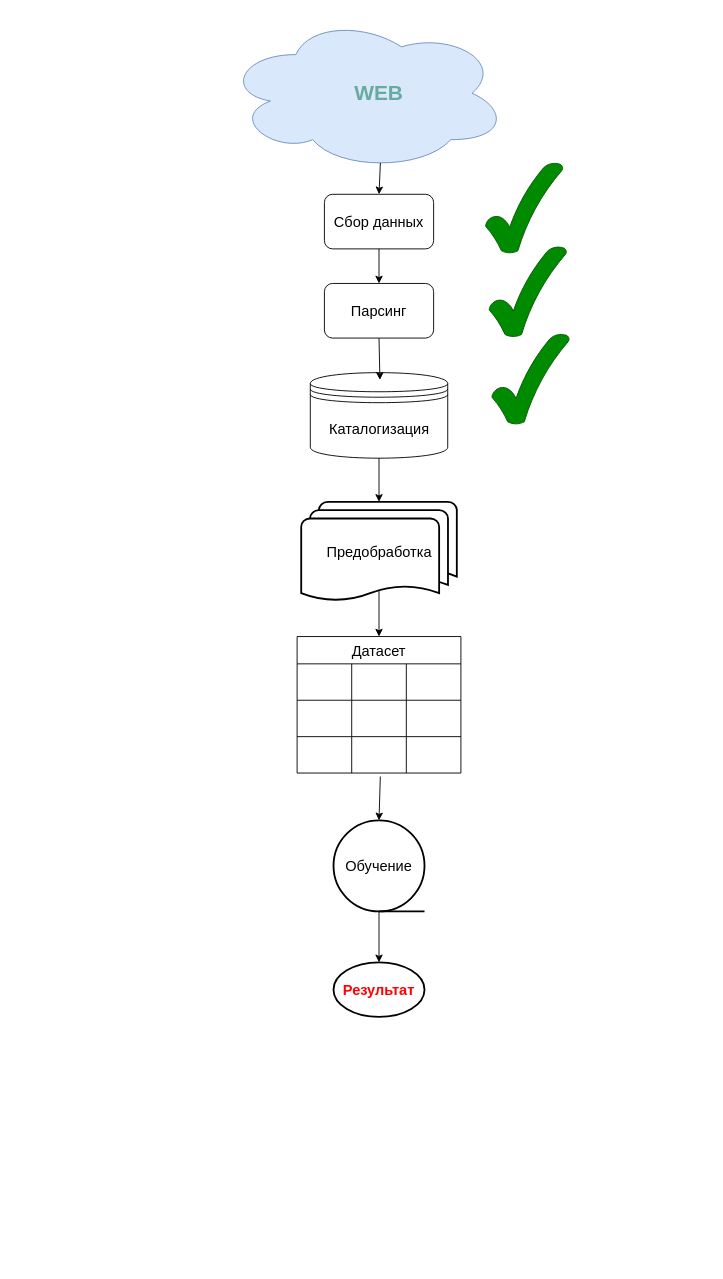
Above: page "התויית דרך" (1 of 5) of assets/draw.io/תקשורת-שרת-משתמש.drawio in hypo69/hypo (draw.io), before the change. Source tidied: cells renumbered, new cells numbered last; positions are measured from the earlier drawing's top-left corner, leaving out a move shared by most shapes. Both pictures are drawn from the tidied source at 91%, with x=0, y=0 at pixel (225, 15).
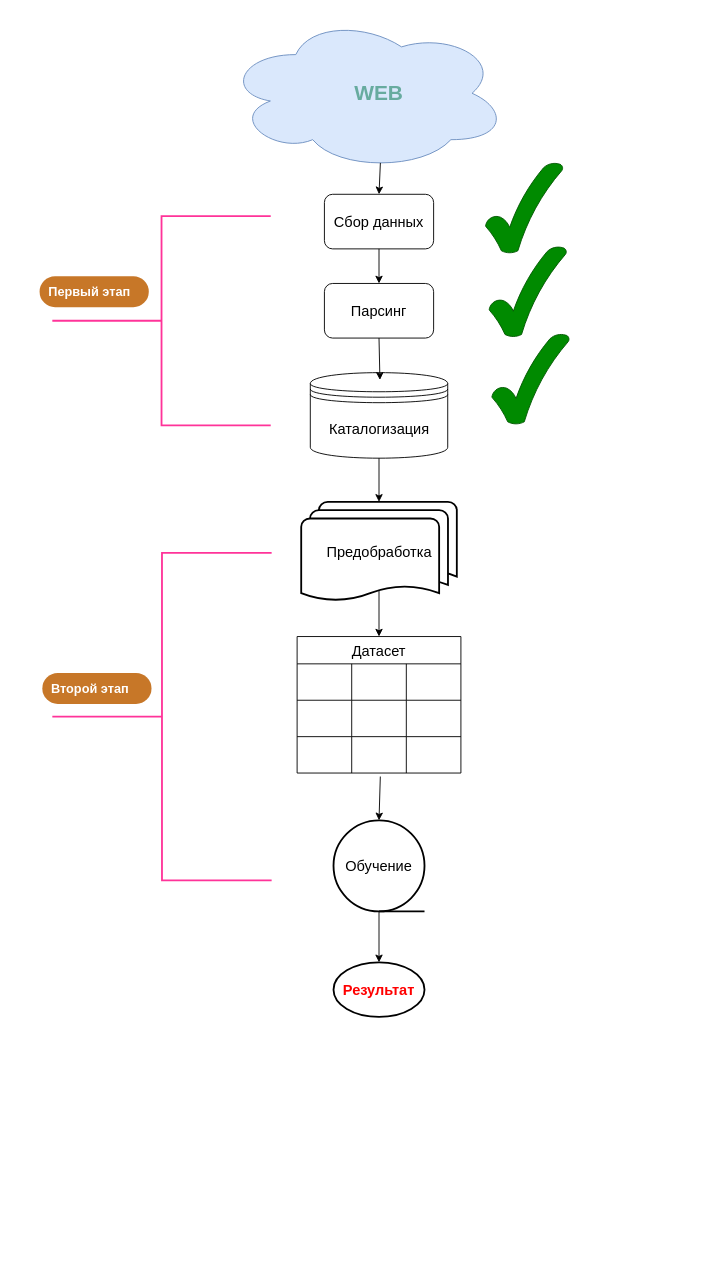
The same diagram, later.

The edit, as a diff of the source:
```diff
@@
+    <mxCell id="33" style="strokeWidth=2;html=1;shape=mxgraph.flowchart.annotation_2;align=left;labelPosition=right;fillColor=#f8cecc;strokeColor=#FF3399;" parent="1" vertex="1">
+      <mxGeometry x="-190" y="220" width="240" height="230" as="geometry" />
+    </mxCell>
@@
+    <mxCell id="34" style="strokeWidth=2;html=1;shape=mxgraph.flowchart.annotation_2;align=left;labelPosition=right;fillColor=#f8cecc;strokeColor=#FF3399;" parent="1" vertex="1">
+      <mxGeometry x="-190" y="590" width="241" height="360" as="geometry" />
+    </mxCell>
@@
+    <mxCell id="35" value="Первый этап" style="rounded=1;whiteSpace=wrap;html=1;arcSize=50;strokeColor=none;strokeWidth=1;fillColor=#C77728;fontColor=#FFFFFF;whiteSpace=wrap;align=left;verticalAlign=middle;spacingLeft=0;fontStyle=1;fontSize=14;spacing=10;" parent="1" vertex="1">
+      <mxGeometry x="-204" y="286" width="120" height="34" as="geometry" />
+    </mxCell>
@@
+    <mxCell id="36" value="Второй этап" style="rounded=1;whiteSpace=wrap;html=1;arcSize=50;strokeColor=none;strokeWidth=1;fillColor=#C77728;fontColor=#FFFFFF;whiteSpace=wrap;align=left;verticalAlign=middle;spacingLeft=0;fontStyle=1;fontSize=14;spacing=10;" parent="1" vertex="1">
+      <mxGeometry x="-201" y="722" width="120" height="34" as="geometry" />
+    </mxCell>
@@
+    <mxCell id="37" style="rounded=0;whiteSpace=wrap;html=1;strokeColor=none;" parent="1" vertex="1">
+      <mxGeometry x="-230" y="1180" width="760" height="190" as="geometry" />
+    </mxCell>
```
